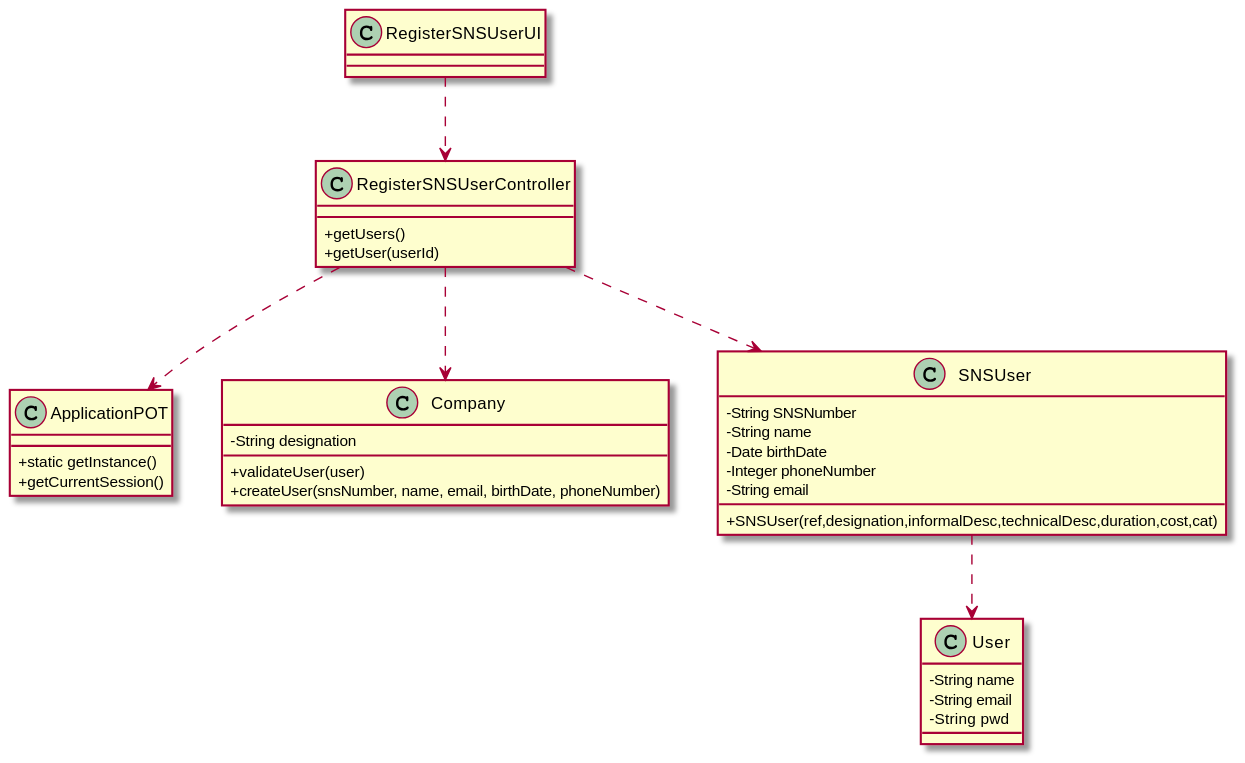
The PlantUML diagram docs/SprintB/US03/CD/US03_CD.svg in miseEnPlace-i/lapr2, before a commit.
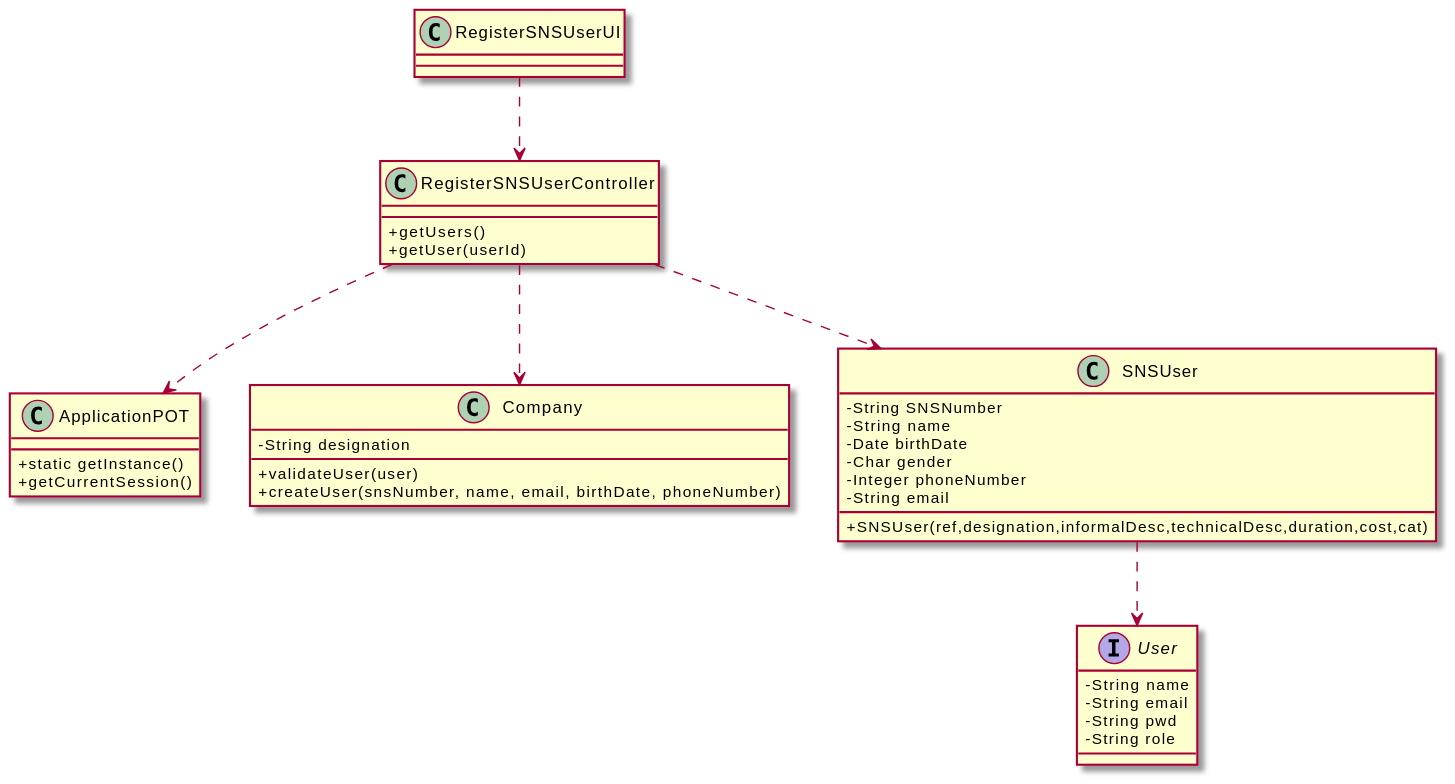
Above is the later version.

What changed in the source:
```diff
@@ -23,15 +23,17 @@
   - String SNSNumber
   - String name
   - Date birthDate
+  - Char gender
   - Integer phoneNumber
   - String email
   + SNSUser(ref,designation,informalDesc,technicalDesc,duration,cost,cat)
 }
 
-class User {
+interface User {
   - String name
   - String email
   - String pwd
+  - String role
 }
 
 
```
